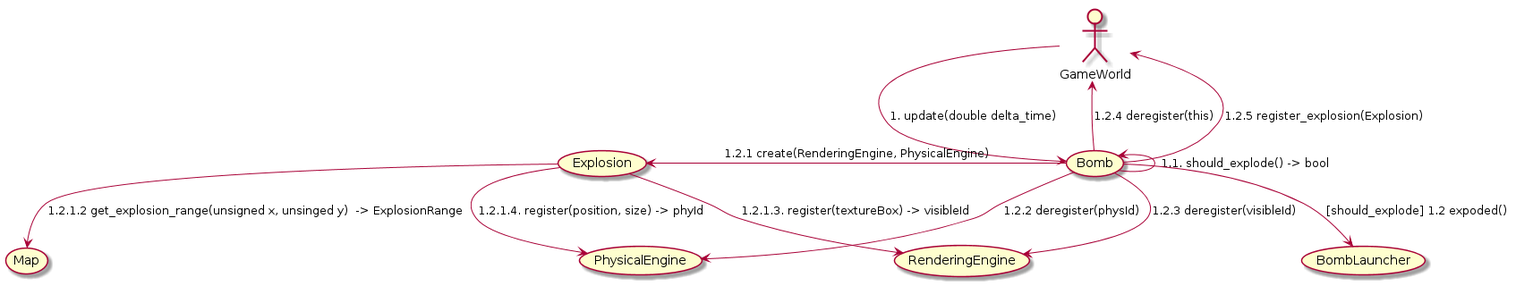
Above: docs/img/Communication_UC_2_2.png in NadzwyczajnaGrupaRobocza/bomberman (PlantUML), before the change.
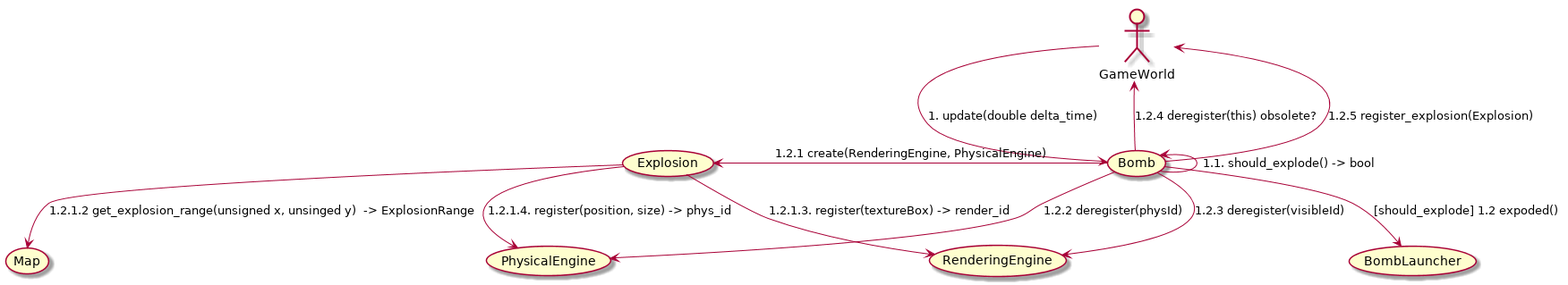
The same file after the commit.

What changed in the source:
```diff
@@ -7,11 +7,11 @@
 (Bomb) -left-> (Explosion) : 1.2.1 create(RenderingEngine, PhysicalEngine)
 (Bomb) -down-> (PhysicalEngine) : 1.2.2 deregister(physId)
 (Bomb) -down-> (RenderingEngine) : 1.2.3 deregister(visibleId)
-(Bomb) -up-> (GameWorld) : 1.2.4 deregister(this)
+(Bomb) -up-> (GameWorld) : 1.2.4 deregister(this) obsolete?
 (Bomb) -up-> (GameWorld) : 1.2.5 register_explosion(Explosion)
 
 (Explosion) --> (Map) : 1.2.1.2 get_explosion_range(unsigned x, unsinged y)  -> ExplosionRange
-(Explosion) -down-> (RenderingEngine) : 1.2.1.3. register(textureBox) -> visibleId
-(Explosion) -down-> (PhysicalEngine) : 1.2.1.4. register(position, size) -> phyId
+(Explosion) -down-> (RenderingEngine) : 1.2.1.3. register(textureBox) -> render_id
+(Explosion) -down-> (PhysicalEngine) : 1.2.1.4. register(position, size) -> phys_id
 
 @enduml
```
